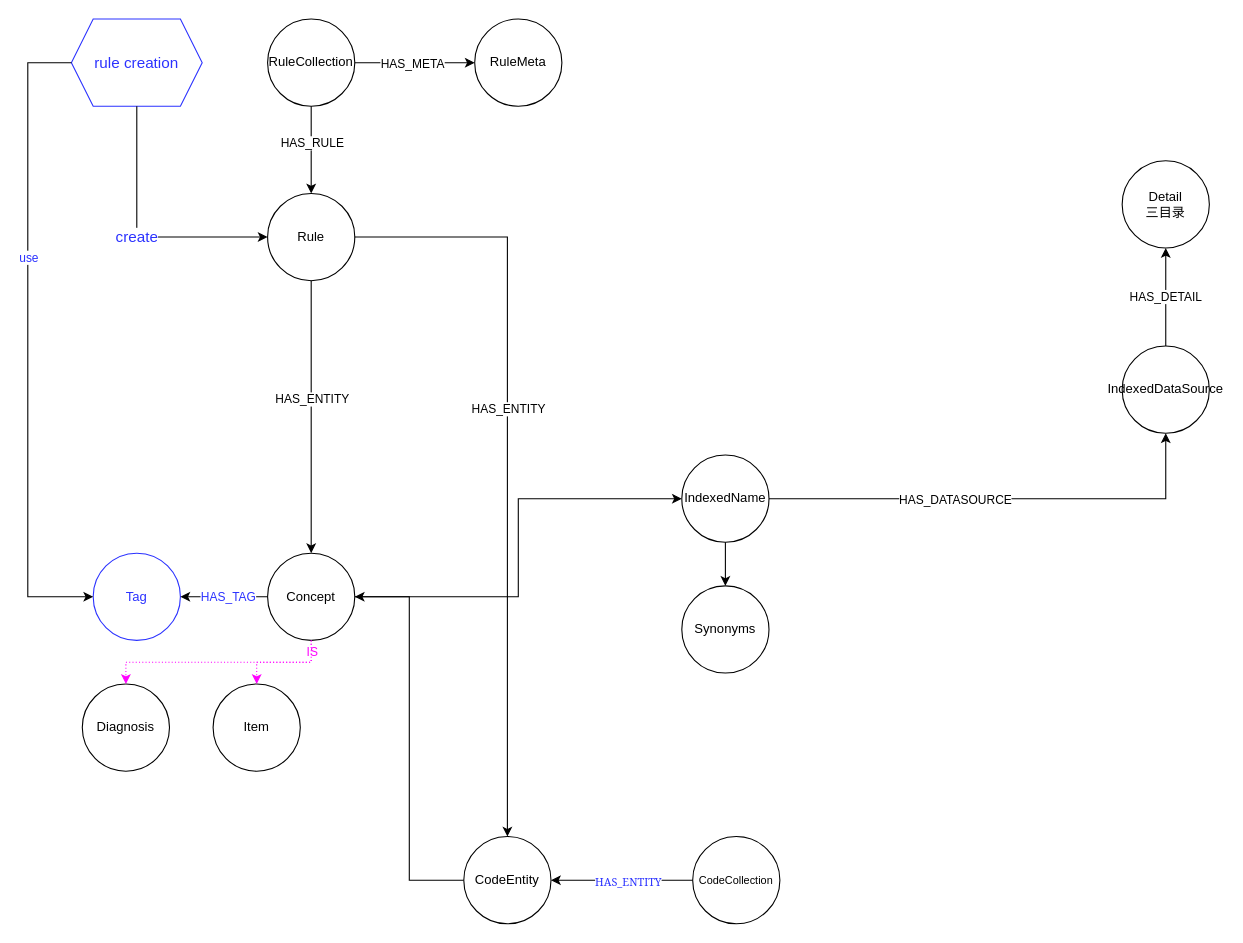
This is page "topology" (2 of 2) of elverse-neo4j-topology.drawio from XiaoLiuAI/diagrams, a draw.io file, before an edit. Source tidied: cells renumbered, new cells numbered last; positions are measured from the earlier drawing's top-left corner, leaving out a move shared by most shapes. Both pictures are drawn from the tidied source at 109%, with x=0, y=0 at pixel (27, 19).
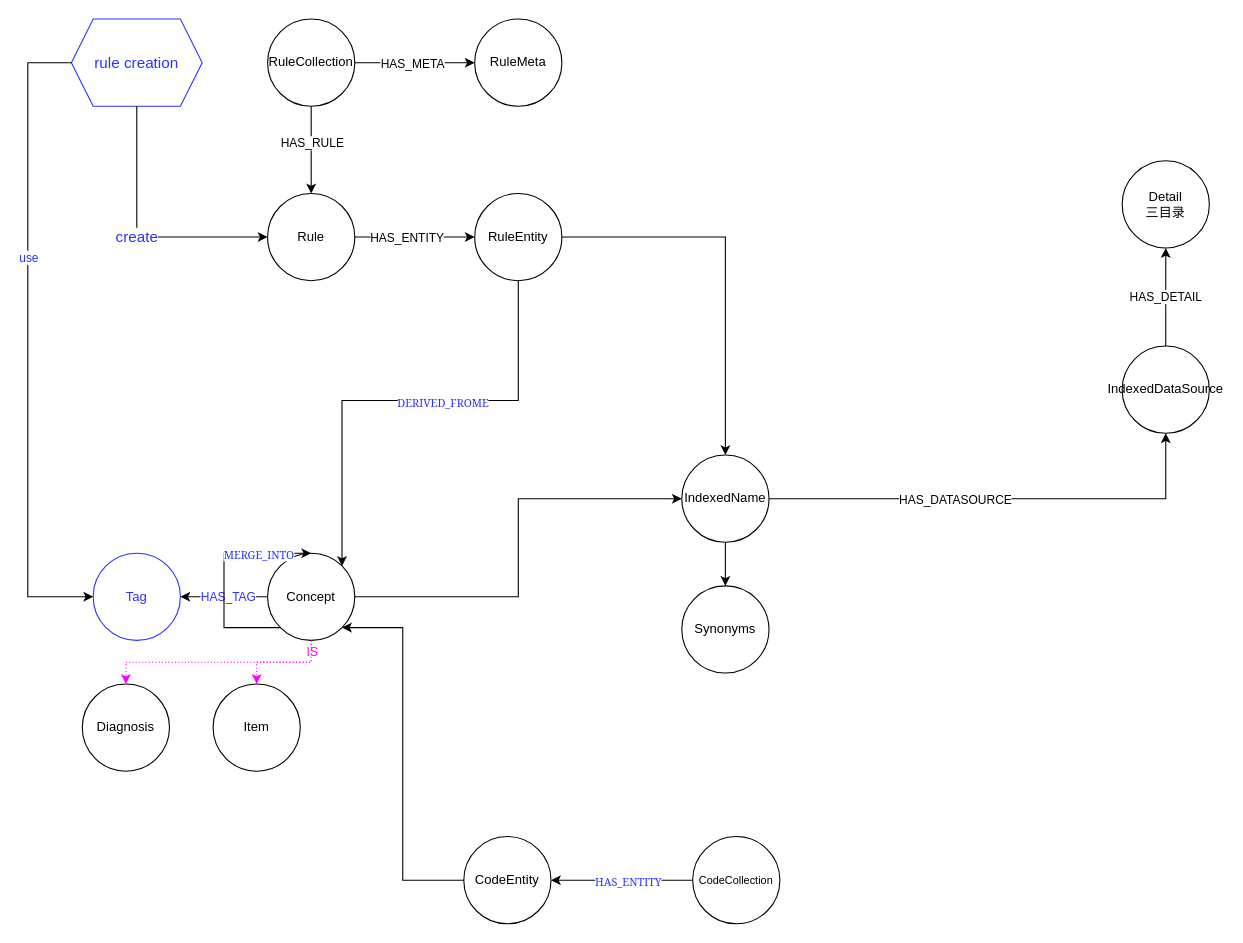
The same page after the edit.

The change refers to these unchanged cells:
```xml
<mxCell id="2" value="Concept" style="ellipse;whiteSpace=wrap;html=1;" parent="1" vertex="1">
  <mxGeometry x="220" y="490" width="80" height="80" as="geometry" />
</mxCell>
<mxCell id="3" value="Rule" style="ellipse;whiteSpace=wrap;html=1;" parent="1" vertex="1">
  <mxGeometry x="220" y="160" width="80" height="80" as="geometry" />
</mxCell>
<mxCell id="31" value="IndexedName" style="ellipse;whiteSpace=wrap;html=1;" parent="30" vertex="1">
  <mxGeometry width="80" height="80" as="geometry" />
</mxCell>
<mxCell id="37" value="CodeEntity" style="ellipse;whiteSpace=wrap;html=1;" parent="35" vertex="1">
  <mxGeometry width="80" height="80" as="geometry" />
</mxCell>
```

What changed in the source:
```diff
@@
-    <mxCell id="8" style="endArrow=classic;html=1;rounded=0;exitX=0.5;exitY=1;exitDx=0;exitDy=0;entryX=0.5;entryY=0;entryDx=0;entryDy=0;" parent="1" edge="1" source="3" target="2">
+    <mxCell id="8" style="endArrow=classic;html=1;rounded=0;exitX=1;exitY=0.5;exitDx=0;exitDy=0;entryX=0;entryY=0.5;entryDx=0;entryDy=0;" parent="1" edge="1" source="3" target="42">
       <mxGeometry relative="1" as="geometry" />
     </mxCell>
@@
-    <mxCell id="34" style="edgeStyle=elbowEdgeStyle;elbow=horizontal;endArrow=classic;html=1;rounded=0;fontColor=#FF00FF;strokeColor=#000000;entryX=1;entryY=0.5;entryDx=0;entryDy=0;exitX=0;exitY=0.5;exitDx=0;exitDy=0;" parent="1" edge="1" source="37" target="2">
+    <mxCell id="34" style="edgeStyle=elbowEdgeStyle;elbow=horizontal;endArrow=classic;html=1;rounded=0;fontColor=#FF00FF;strokeColor=#000000;entryX=1;entryY=1;entryDx=0;entryDy=0;exitX=0;exitY=0.5;exitDx=0;exitDy=0;" parent="1" edge="1" source="37" target="2">
       <mxGeometry relative="1" as="geometry" />
     </mxCell>
@@
-    <mxCell id="40" style="endArrow=classic;html=1;rounded=0;exitX=1;exitY=0.5;exitDx=0;exitDy=0;entryX=0.5;entryY=0;entryDx=0;entryDy=0;" parent="1" edge="1" source="3" target="37">
-      <mxGeometry relative="1" as="geometry">
-        <Array as="points">
-          <mxPoint x="440" y="200" />
-        </Array>
-      </mxGeometry>
-    </mxCell>
-    <mxCell id="41" value="HAS_ENTITY" style="edgeLabel;html=1;align=center;verticalAlign=middle;" parent="40" vertex="1">
-      <mxGeometry x="-0.14" relative="1" as="geometry" />
-    </mxCell>
+    <mxCell id="42" value="RuleEntity" style="ellipse;whiteSpace=wrap;html=1;" parent="1" vertex="1">
+      <mxGeometry x="410" y="160" width="80" height="80" as="geometry" />
+    </mxCell>
+    <mxCell id="43" style="edgeStyle=elbowEdgeStyle;elbow=vertical;endArrow=classic;html=1;rounded=0;fontFamily=Georgia;fontSize=10;fontColor=#2B32FF;strokeColor=#000000;exitX=0.5;exitY=1;exitDx=0;exitDy=0;entryX=1;entryY=0;entryDx=0;entryDy=0;" parent="1" edge="1" source="42" target="2">
+      <mxGeometry relative="1" as="geometry">
+        <Array as="points">
+          <mxPoint x="350" y="350" />
+        </Array>
+      </mxGeometry>
+    </mxCell>
+    <mxCell id="44" value="DERIVED_FROME" style="edgeLabel;html=1;align=center;verticalAlign=middle;fontSize=10;fontFamily=Georgia;fontColor=#2B32FF;" parent="43" vertex="1">
+      <mxGeometry x="-0.15" relative="1" as="geometry" />
+    </mxCell>
+    <mxCell id="45" style="edgeStyle=segmentEdgeStyle;endArrow=classic;html=1;rounded=0;fontFamily=Georgia;fontSize=10;fontColor=#2B32FF;strokeColor=#000000;exitX=1;exitY=0.5;exitDx=0;exitDy=0;entryX=0.5;entryY=0;entryDx=0;entryDy=0;" parent="1" edge="1" source="42" target="31">
+      <mxGeometry relative="1" as="geometry" />
+    </mxCell>
+    <mxCell id="46" style="edgeStyle=elbowEdgeStyle;elbow=horizontal;endArrow=classic;html=1;rounded=0;fontFamily=Georgia;fontSize=10;fontColor=#2B32FF;strokeColor=#000000;exitX=0;exitY=1;exitDx=0;exitDy=0;entryX=0.5;entryY=0;entryDx=0;entryDy=0;" parent="1" edge="1" source="2" target="2">
+      <mxGeometry relative="1" as="geometry">
+        <Array as="points">
+          <mxPoint x="180" y="440" />
+          <mxPoint x="180" y="550" />
+          <mxPoint x="180" y="490" />
+        </Array>
+      </mxGeometry>
+    </mxCell>
+    <mxCell id="47" value="MERGE_INTO" style="edgeLabel;html=1;align=center;verticalAlign=middle;fontSize=10;fontFamily=Georgia;fontColor=#2B32FF;" parent="46" vertex="1">
+      <mxGeometry x="0.51" relative="1" as="geometry" />
+    </mxCell>
```
